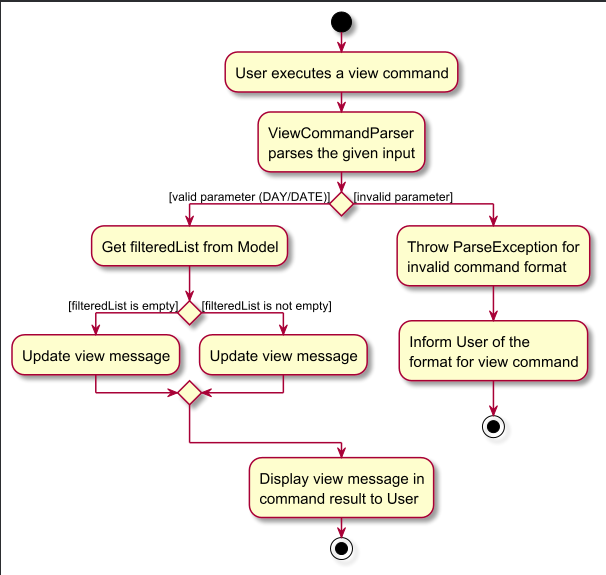
Before: docs/images/ViewCommandActivityDiagram.png, a diagram exported from PlantUML (AY2425S2-CS2103T-T13-1/tp). Its source is kept beside it as docs/diagrams/ViewCommandActivityDiagram.puml.
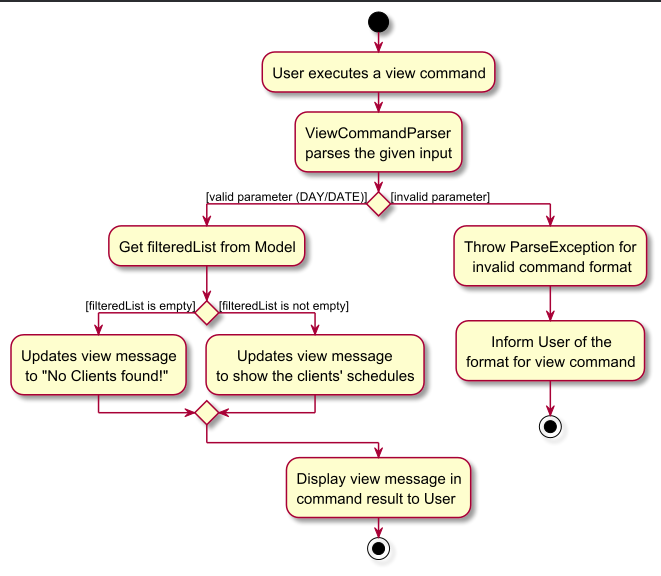
The same diagram one commit later.

Commit message:
Update View UML diagram

The edit, as a diff of the source:
```diff
@@ -11,14 +11,16 @@
 if () then ([valid parameter (DAY/DATE)])
     :Get filteredList from Model;
     if () then ([filteredList is empty])
-        :Update view message;
+        :Updates view message
+         to "No Clients found!";
     else ([filteredList is not empty])
-        :Update view message;
+        :     Updates view message
+        to show the clients' schedules;
     endif
 else ([invalid parameter])
     :Throw ParseException for
-    invalid command format;
-    :Inform User of the
+      invalid command format;
+    :      Inform User of the
     format for view command;
     stop
 endif
```
